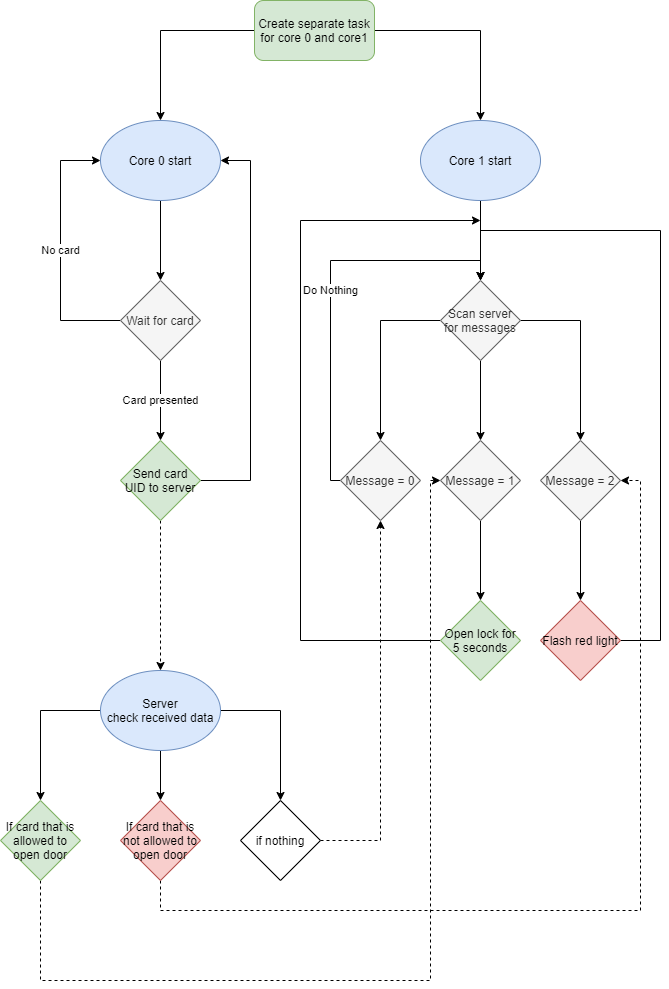
This is Other/Flowchart.png from KasperiRosengren/Projekti1_V2, a draw.io export, as it was before one commit. Source tidied: cells renumbered, new cells last; positions are measured from the earlier drawing's top-left corner, leaving out a move shared by most shapes.
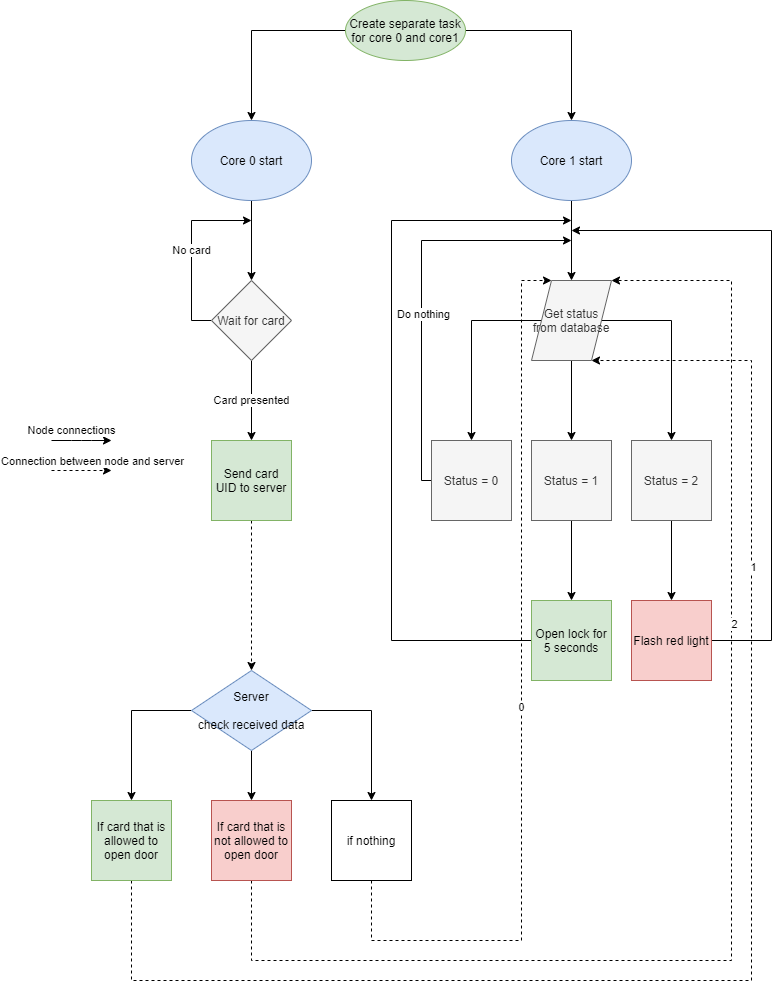
The same file after the commit.

The edit, as a diff of the source:
```diff
@@ -8,7 +8,7 @@
     <mxCell id="3" style="edgeStyle=orthogonalEdgeStyle;rounded=0;jettySize=auto;html=1;entryX=0.5;entryY=0;entryDx=0;entryDy=0;" parent="1" edge="1" source="4" target="8">
       <mxGeometry relative="1" as="geometry" />
     </mxCell>
-    <mxCell id="4" value="Create separate task for core 0 and core1" style="rounded=1;whiteSpace=wrap;html=1;fillColor=#d5e8d4;strokeColor=#82b366;" parent="1" vertex="1">
+    <mxCell id="4" value="Create separate task for core 0 and core1" style="ellipse;whiteSpace=wrap;html=1;fontFamily=Helvetica;fontSize=12;fontColor=#000000;align=center;strokeColor=#82b366;fillColor=#d5e8d4;" parent="1" vertex="1">
       <mxGeometry x="254" width="120" height="60" as="geometry" />
     </mxCell>
     <mxCell id="5" style="edgeStyle=orthogonalEdgeStyle;rounded=0;jettySize=auto;html=1;" parent="1" edge="1" source="6" target="11">
@@ -31,29 +31,22 @@
         </Array>
       </mxGeometry>
     </mxCell>
-    <mxCell id="10" value="No card" style="edgeStyle=orthogonalEdgeStyle;rounded=0;jettySize=auto;html=1;entryX=0;entryY=0.5;entryDx=0;entryDy=0;" parent="1" edge="1" source="11" target="6">
+    <mxCell id="10" value="No card" style="edgeStyle=orthogonalEdgeStyle;rounded=0;jettySize=auto;html=1;" parent="1" edge="1" source="11">
       <mxGeometry relative="1" as="geometry">
+        <mxPoint x="160" y="220" as="targetPoint" />
         <Array as="points">
-          <mxPoint x="60" y="320" />
-          <mxPoint x="60" y="160" />
+          <mxPoint x="100" y="320" />
+          <mxPoint x="100" y="220" />
         </Array>
       </mxGeometry>
     </mxCell>
     <mxCell id="11" value="Wait for card" style="rhombus;whiteSpace=wrap;html=1;fillColor=#f5f5f5;strokeColor=#666666;fontColor=#333333;" parent="1" vertex="1">
       <mxGeometry x="120" y="280" width="80" height="80" as="geometry" />
     </mxCell>
-    <mxCell id="12" style="edgeStyle=orthogonalEdgeStyle;rounded=0;jettySize=auto;html=1;entryX=1;entryY=0.5;entryDx=0;entryDy=0;" parent="1" edge="1" source="14" target="6">
-      <mxGeometry relative="1" as="geometry">
-        <Array as="points">
-          <mxPoint x="250" y="480" />
-          <mxPoint x="250" y="160" />
-        </Array>
-      </mxGeometry>
-    </mxCell>
     <mxCell id="13" style="edgeStyle=orthogonalEdgeStyle;rounded=0;jettySize=auto;html=1;entryX=0.5;entryY=0;entryDx=0;entryDy=0;dashed=1;" parent="1" edge="1" source="14" target="32">
       <mxGeometry relative="1" as="geometry" />
     </mxCell>
-    <mxCell id="14" value="Send card UID to server" style="rhombus;whiteSpace=wrap;html=1;fillColor=#d5e8d4;strokeColor=#82b366;" parent="1" vertex="1">
+    <mxCell id="14" value="Send card UID to server" style="rounded=0;whiteSpace=wrap;html=1;fontFamily=Helvetica;fontSize=12;fontColor=#000000;align=center;strokeColor=#82b366;fillColor=#d5e8d4;" parent="1" vertex="1">
       <mxGeometry x="120" y="440" width="80" height="80" as="geometry" />
     </mxCell>
     <mxCell id="15" style="edgeStyle=orthogonalEdgeStyle;rounded=0;jettySize=auto;html=1;entryX=0.5;entryY=0;entryDx=0;entryDy=0;" parent="1" edge="1" source="18" target="20">
@@ -65,45 +58,46 @@
     <mxCell id="17" style="edgeStyle=orthogonalEdgeStyle;rounded=0;jettySize=auto;html=1;" parent="1" edge="1" source="18" target="22">
       <mxGeometry relative="1" as="geometry" />
     </mxCell>
-    <mxCell id="18" value="Scan server for messages" style="rhombus;whiteSpace=wrap;html=1;fillColor=#f5f5f5;strokeColor=#666666;fontColor=#333333;" parent="1" vertex="1">
+    <mxCell id="18" value="Get status from database" style="shape=parallelogram;perimeter=parallelogramPerimeter;whiteSpace=wrap;html=1;fixedSize=1;fontFamily=Helvetica;fontSize=12;fontColor=#333333;align=center;strokeColor=#666666;fillColor=#f5f5f5;" parent="1" vertex="1">
       <mxGeometry x="440" y="280" width="80" height="80" as="geometry" />
     </mxCell>
-    <mxCell id="19" value="Do Nothing" style="edgeStyle=orthogonalEdgeStyle;rounded=0;jettySize=auto;html=1;" parent="1" edge="1" source="20">
-      <mxGeometry relative="1" as="geometry">
-        <mxPoint x="480" y="280" as="targetPoint" />
-        <Array as="points">
-          <mxPoint x="330" y="480" />
-          <mxPoint x="330" y="260" />
-          <mxPoint x="480" y="260" />
-        </Array>
-      </mxGeometry>
-    </mxCell>
+    <mxCell id="39" style="edgeStyle=orthogonalEdgeStyle;rounded=0;jettySize=auto;html=1;" parent="1" edge="1" source="20">
+      <mxGeometry relative="1" as="geometry">
+        <mxPoint x="480" y="240" as="targetPoint" />
+        <Array as="points">
+          <mxPoint x="330" y="480" />
+          <mxPoint x="330" y="240" />
+        </Array>
+      </mxGeometry>
+    </mxCell>
+    <mxCell id="40" value="Do nothing" style="edgeLabel;html=1;align=center;verticalAlign=middle;" parent="39" vertex="1">
+      <mxGeometry x="-0.12" y="-1" relative="1" as="geometry" />
+    </mxCell>
-    <mxCell id="20" value="Message = 0" style="rhombus;whiteSpace=wrap;html=1;fillColor=#f5f5f5;strokeColor=#666666;fontColor=#333333;" parent="1" vertex="1">
+    <mxCell id="20" value="Status = 0" style="rounded=0;whiteSpace=wrap;html=1;fontFamily=Helvetica;fontSize=12;fontColor=#333333;align=center;strokeColor=#666666;fillColor=#f5f5f5;" parent="1" vertex="1">
       <mxGeometry x="340" y="440" width="80" height="80" as="geometry" />
     </mxCell>
     <mxCell id="21" style="edgeStyle=orthogonalEdgeStyle;rounded=0;jettySize=auto;html=1;entryX=0.5;entryY=0;entryDx=0;entryDy=0;" parent="1" edge="1" source="22" target="26">
       <mxGeometry relative="1" as="geometry" />
     </mxCell>
-    <mxCell id="22" value="Message = 2" style="rhombus;whiteSpace=wrap;html=1;fillColor=#f5f5f5;strokeColor=#666666;fontColor=#333333;" parent="1" vertex="1">
+    <mxCell id="22" value="Status = 2" style="rounded=0;whiteSpace=wrap;html=1;fontFamily=Helvetica;fontSize=12;fontColor=#333333;align=center;strokeColor=#666666;fillColor=#f5f5f5;" parent="1" vertex="1">
       <mxGeometry x="540" y="440" width="80" height="80" as="geometry" />
     </mxCell>
     <mxCell id="23" style="edgeStyle=orthogonalEdgeStyle;rounded=0;jettySize=auto;html=1;entryX=0.5;entryY=0;entryDx=0;entryDy=0;" parent="1" edge="1" source="24" target="28">
       <mxGeometry relative="1" as="geometry" />
     </mxCell>
-    <mxCell id="24" value="Message = 1" style="rhombus;whiteSpace=wrap;html=1;fillColor=#f5f5f5;strokeColor=#666666;fontColor=#333333;" parent="1" vertex="1">
+    <mxCell id="24" value="Status = 1" style="rounded=0;whiteSpace=wrap;html=1;fontFamily=Helvetica;fontSize=12;fontColor=#333333;align=center;strokeColor=#666666;fillColor=#f5f5f5;" parent="1" vertex="1">
       <mxGeometry x="440" y="440" width="80" height="80" as="geometry" />
     </mxCell>
-    <mxCell id="25" style="edgeStyle=orthogonalEdgeStyle;rounded=0;jettySize=auto;html=1;" parent="1" edge="1" source="26">
-      <mxGeometry relative="1" as="geometry">
-        <mxPoint x="480" y="280" as="targetPoint" />
-        <Array as="points">
-          <mxPoint x="660" y="640" />
-          <mxPoint x="660" y="230" />
-          <mxPoint x="480" y="230" />
-        </Array>
-      </mxGeometry>
-    </mxCell>
+    <mxCell id="41" style="edgeStyle=orthogonalEdgeStyle;rounded=0;jettySize=auto;html=1;" parent="1" edge="1" source="26">
+      <mxGeometry relative="1" as="geometry">
+        <mxPoint x="480" y="230" as="targetPoint" />
+        <Array as="points">
+          <mxPoint x="680" y="640" />
+          <mxPoint x="680" y="230" />
+        </Array>
+      </mxGeometry>
+    </mxCell>
-    <mxCell id="26" value="Flash red light" style="rhombus;whiteSpace=wrap;html=1;fillColor=#f8cecc;strokeColor=#b85450;" parent="1" vertex="1">
+    <mxCell id="26" value="Flash red light" style="rounded=0;whiteSpace=wrap;html=1;fontFamily=Helvetica;fontSize=12;fontColor=#000000;align=center;strokeColor=#b85450;fillColor=#f8cecc;" parent="1" vertex="1">
       <mxGeometry x="540" y="600" width="80" height="80" as="geometry" />
     </mxCell>
     <mxCell id="27" style="edgeStyle=orthogonalEdgeStyle;rounded=0;jettySize=auto;html=1;" parent="1" edge="1" source="28">
@@ -115,7 +109,7 @@
         </Array>
       </mxGeometry>
     </mxCell>
-    <mxCell id="28" value="Open lock for 5 seconds" style="rhombus;whiteSpace=wrap;html=1;fillColor=#d5e8d4;strokeColor=#82b366;" parent="1" vertex="1">
+    <mxCell id="28" value="Open lock for 5 seconds" style="rounded=0;whiteSpace=wrap;html=1;fontFamily=Helvetica;fontSize=12;fontColor=#000000;align=center;strokeColor=#82b366;fillColor=#d5e8d4;" parent="1" vertex="1">
       <mxGeometry x="440" y="600" width="80" height="80" as="geometry" />
     </mxCell>
     <mxCell id="29" style="edgeStyle=orthogonalEdgeStyle;rounded=0;jettySize=auto;html=1;entryX=0.5;entryY=0;entryDx=0;entryDy=0;" parent="1" edge="1" source="32" target="36">
@@ -127,38 +121,70 @@
     <mxCell id="31" style="edgeStyle=orthogonalEdgeStyle;rounded=0;jettySize=auto;html=1;entryX=0.5;entryY=0;entryDx=0;entryDy=0;" parent="1" edge="1" source="32" target="34">
       <mxGeometry relative="1" as="geometry" />
     </mxCell>
-    <mxCell id="32" value="Server&lt;br&gt;check received data" style="ellipse;whiteSpace=wrap;html=1;fillColor=#dae8fc;strokeColor=#6c8ebf;" parent="1" vertex="1">
+    <mxCell id="32" value="Server&lt;br&gt;&lt;br&gt;check received data" style="rhombus;whiteSpace=wrap;html=1;fontFamily=Helvetica;fontSize=12;fontColor=#000000;align=center;strokeColor=#6c8ebf;fillColor=#dae8fc;" parent="1" vertex="1">
       <mxGeometry x="100" y="670" width="120" height="80" as="geometry" />
     </mxCell>
-    <mxCell id="33" style="edgeStyle=orthogonalEdgeStyle;rounded=0;jettySize=auto;html=1;entryX=0;entryY=0.5;entryDx=0;entryDy=0;dashed=1;" parent="1" edge="1" source="34" target="24">
+    <mxCell id="33" style="edgeStyle=orthogonalEdgeStyle;rounded=0;jettySize=auto;html=1;dashed=1;entryX=0.75;entryY=1;entryDx=0;entryDy=0;" parent="1" edge="1" source="34" target="18">
       <mxGeometry relative="1" as="geometry">
         <Array as="points">
           <mxPoint x="40" y="980" />
-          <mxPoint x="430" y="980" />
-          <mxPoint x="430" y="480" />
+          <mxPoint x="660" y="980" />
+          <mxPoint x="660" y="360" />
         </Array>
       </mxGeometry>
     </mxCell>
+    <mxCell id="42" value="1" style="edgeLabel;html=1;align=center;verticalAlign=middle;" parent="33" vertex="1">
+      <mxGeometry x="0.51" y="-1" relative="1" as="geometry" />
+    </mxCell>
-    <mxCell id="34" value="&lt;span&gt;If card that is allowed to open door&lt;/span&gt;" style="rhombus;whiteSpace=wrap;html=1;fillColor=#d5e8d4;strokeColor=#82b366;" parent="1" vertex="1">
+    <mxCell id="34" value="&lt;span&gt;If card that is allowed to open door&lt;/span&gt;" style="rounded=0;whiteSpace=wrap;html=1;fontFamily=Helvetica;fontSize=12;fontColor=#000000;align=center;strokeColor=#82b366;fillColor=#d5e8d4;" parent="1" vertex="1">
       <mxGeometry y="800" width="80" height="80" as="geometry" />
     </mxCell>
-    <mxCell id="35" style="edgeStyle=orthogonalEdgeStyle;rounded=0;jettySize=auto;html=1;entryX=1;entryY=0.5;entryDx=0;entryDy=0;dashed=1;" parent="1" edge="1" source="36" target="22">
+    <mxCell id="35" style="edgeStyle=orthogonalEdgeStyle;rounded=0;jettySize=auto;html=1;dashed=1;entryX=1;entryY=0;entryDx=0;entryDy=0;" parent="1" edge="1" source="36" target="18">
       <mxGeometry relative="1" as="geometry">
         <Array as="points">
-          <mxPoint x="160" y="910" />
-          <mxPoint x="640" y="910" />
-          <mxPoint x="640" y="480" />
+          <mxPoint x="160" y="960" />
+          <mxPoint x="640" y="960" />
+          <mxPoint x="640" y="280" />
         </Array>
       </mxGeometry>
     </mxCell>
+    <mxCell id="43" value="2" style="edgeLabel;html=1;align=center;verticalAlign=middle;" parent="35" vertex="1">
+      <mxGeometry x="0.32" y="-2" relative="1" as="geometry" />
+    </mxCell>
-    <mxCell id="36" value="If card that is not allowed to open door" style="rhombus;whiteSpace=wrap;html=1;fillColor=#f8cecc;strokeColor=#b85450;" parent="1" vertex="1">
+    <mxCell id="36" value="If card that is not allowed to open door" style="rounded=0;whiteSpace=wrap;html=1;fontFamily=Helvetica;fontSize=12;fontColor=#000000;align=center;strokeColor=#b85450;fillColor=#f8cecc;" parent="1" vertex="1">
       <mxGeometry x="120" y="800" width="80" height="80" as="geometry" />
     </mxCell>
-    <mxCell id="37" style="edgeStyle=orthogonalEdgeStyle;rounded=0;jettySize=auto;html=1;entryX=0.5;entryY=1;entryDx=0;entryDy=0;dashed=1;" parent="1" edge="1" source="38" target="20">
-      <mxGeometry relative="1" as="geometry" />
+    <mxCell id="37" value="0" style="edgeStyle=orthogonalEdgeStyle;rounded=0;jettySize=auto;html=1;dashed=1;entryX=0.25;entryY=0;entryDx=0;entryDy=0;" parent="1" edge="1" source="38" target="18">
+      <mxGeometry x="-0.01" relative="1" as="geometry">
+        <Array as="points">
+          <mxPoint x="280" y="940" />
+          <mxPoint x="430" y="940" />
+          <mxPoint x="430" y="280" />
+        </Array>
+      </mxGeometry>
     </mxCell>
-    <mxCell id="38" value="if nothing" style="rhombus;whiteSpace=wrap;html=1;" parent="1" vertex="1">
+    <mxCell id="38" value="if nothing" style="rounded=0;whiteSpace=wrap;html=1;fontFamily=Helvetica;fontSize=12;fontColor=#000000;align=center;strokeColor=#000000;fillColor=#ffffff;" parent="1" vertex="1">
       <mxGeometry x="240" y="800" width="80" height="80" as="geometry" />
     </mxCell>
+    <mxCell id="44" value="Node connections" style="endArrow=classic;html=1;" parent="1" edge="1">
+      <mxGeometry x="-0.33" y="10" relative="1" as="geometry">
+        <mxPoint x="-40" y="440" as="sourcePoint" />
+        <mxPoint x="20" y="440" as="targetPoint" />
+        <Array as="points">
+          <mxPoint x="-10" y="440" />
+        </Array>
+      </mxGeometry>
+    </mxCell>
+    <mxCell id="45" style="endArrow=classic;html=1;dashed=1;" parent="1" edge="1">
+      <mxGeometry relative="1" as="geometry">
+        <mxPoint x="-40" y="470" as="sourcePoint" />
+        <mxPoint x="20" y="470" as="targetPoint" />
+      </mxGeometry>
+    </mxCell>
+    <mxCell id="46" value="Connection between node and server" style="edgeLabel;html=1;align=center;verticalAlign=middle;" parent="45" vertex="1">
+      <mxGeometry x="0.43" y="1" relative="1" as="geometry">
+        <mxPoint x="-3" y="-9" as="offset" />
+      </mxGeometry>
+    </mxCell>
   </root>
 </mxGraphModel>
```
